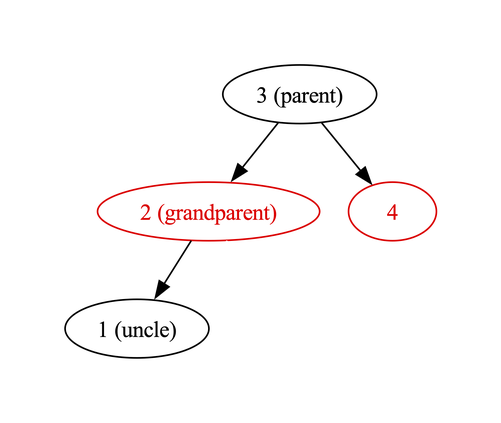
Above: Fw/DataStructures/docs/diagrams/insertNode/black-uncle-3.png in nasa/fprime (Graphviz), before the change. Its source is kept beside it as Fw/DataStructures/docs/diagrams/insertNode/black-uncle-3.dot.
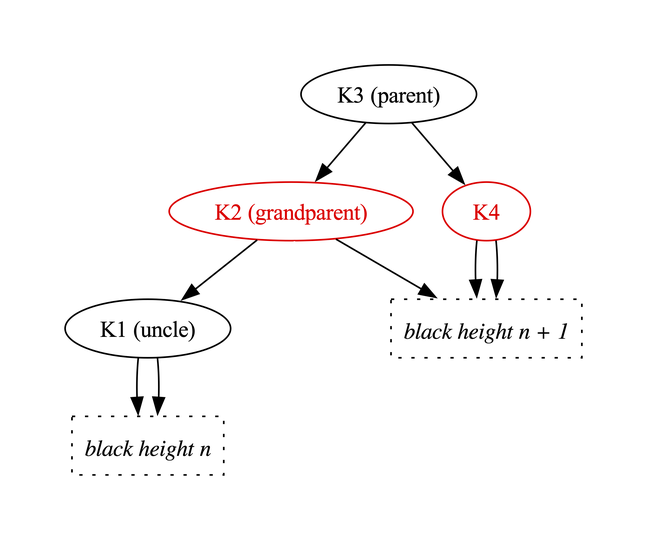
Later version of the same file.

The edit, as a diff of the source:
```diff
@@ -1,14 +1,25 @@
 digraph {
 
-  3 -> 2
-  2 -> 1
-  2 -> X [color="white"]
-  3 -> 4
+  K3 -> K2
+  K2 -> K1
+  K2 -> X [color="white"]
+  K3 -> K4
 
-  1 [label="1 (uncle)"]
-  2 [label="2 (grandparent)",color="red",fontcolor="red"]
-  3 [label="3 (parent)"]
-  4 [color="red",fontcolor="red"]
+  K1 -> BHn
+  K1 -> BHn
+
+  K2 -> BHnPlus1
+  K4 -> BHnPlus1
+  K4 -> BHnPlus1
+
+  K1 [label="K1 (uncle)"]
+  K2 [label="K2 (grandparent)",color="red",fontcolor="red"]
+  K3 [label="K3 (parent)"]
+  K4 [color="red",fontcolor="red"]
 
   X [color="white",fontcolor="white"]
+
+  BHn [shape="box",label="black height n",style="dotted",fontname="Italic"]
+  BHnPlus1 [shape="box",label="black height n + 1",style="dotted",fontname="Italic"]
+
 }
```
